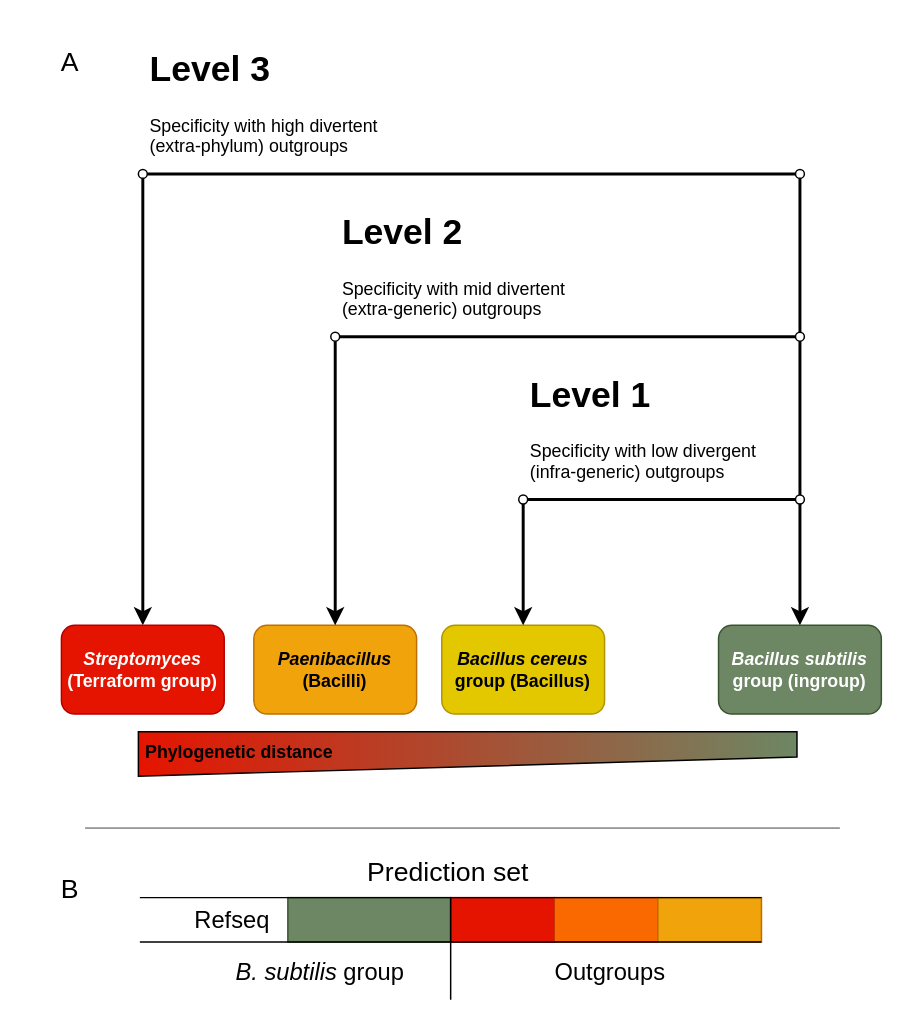
The draw.io diagram page "validation-assays" (2 of 2) of docs/drawio/classeq.drawio in LepistaBioinformatics/classeq, before the edit. Source tidied: cells renumbered, new cells numbered last; positions are measured from the earlier drawing's top-left corner, leaving out a move shared by most shapes. Both pictures are drawn from the tidied source at 148%, with x=0, y=0 at pixel (25, 40).
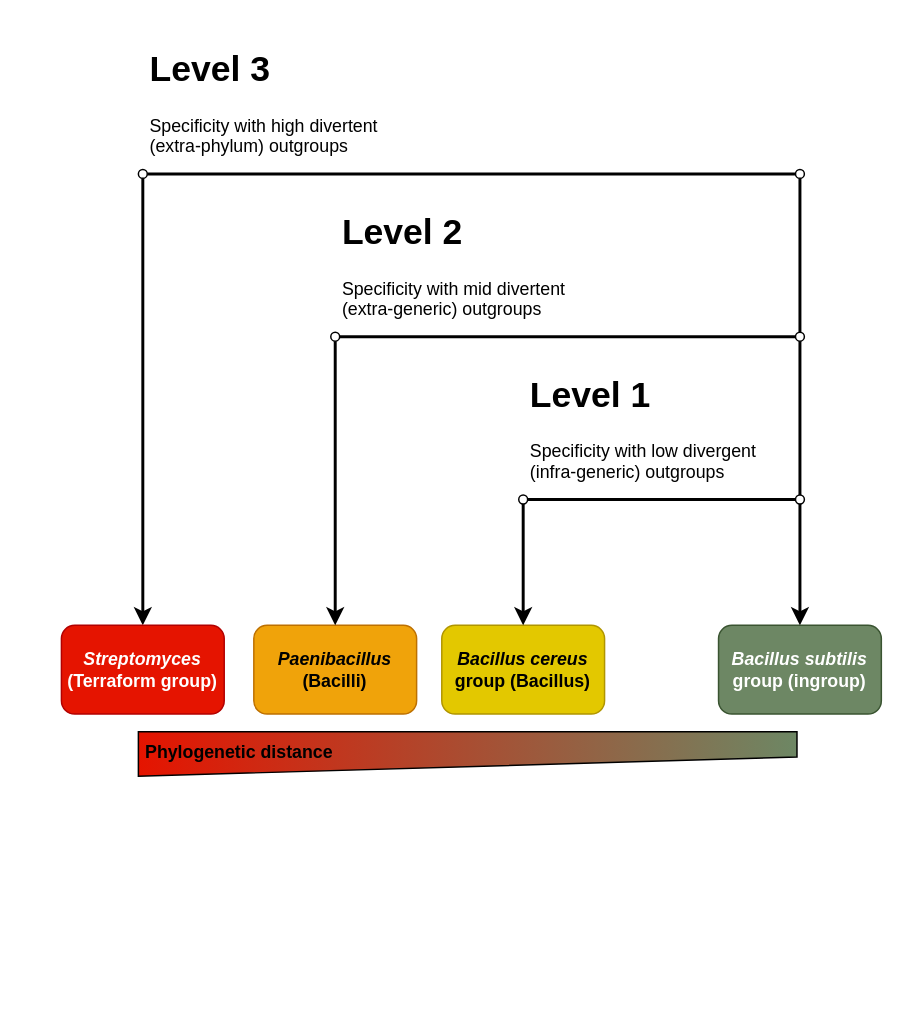
After the change.

Diff of the diagram source:
```diff
@@
-    <mxCell id="17" value="&lt;h1&gt;Level 3&lt;/h1&gt;&lt;p&gt;Specificity with high divertent (extra-phylum) outgroups&lt;br&gt;&lt;/p&gt;" style="text;html=1;strokeColor=none;fillColor=none;spacing=5;spacingTop=-20;whiteSpace=wrap;overflow=hidden;rounded=0;" parent="1" vertex="1">
+    <mxCell id="17" value="&lt;h1&gt;Level 3&lt;/h1&gt;&lt;p&gt;Specificity with high divertent (extra-phylum) outgroups&lt;br&gt;&lt;/p&gt;" style="text;html=1;strokeColor=none;fillColor=none;spacing=5;spacingTop=-20;whiteSpace=wrap;overflow=hidden;rounded=0;absoluteArcSize=0;noLabel=0;comic=0;enumerate=0;" parent="1" vertex="1">
       <mxGeometry x="79" width="190" height="90" as="geometry" />
     </mxCell>
@@
-    <mxCell id="26" value="&lt;font style=&quot;font-size: 18px;&quot;&gt;Prediction set&lt;/font&gt;" style="text;html=1;strokeColor=none;fillColor=none;align=left;verticalAlign=middle;whiteSpace=wrap;rounded=0;" parent="1" vertex="1">
-      <mxGeometry x="229" y="547" width="140" height="30" as="geometry" />
-    </mxCell>
-    <mxCell id="27" style="rounded=0;whiteSpace=wrap;html=1;fillColor=#6d8764;fontColor=#ffffff;strokeColor=#3A5431;" parent="1" vertex="1">
-      <mxGeometry x="177" y="579" width="110" height="30" as="geometry" />
-    </mxCell>
-    <mxCell id="28" style="endArrow=none;html=1;rounded=0;strokeWidth=0.5;" parent="1" edge="1">
-      <mxGeometry relative="1" as="geometry">
-        <mxPoint x="40" y="532" as="sourcePoint" />
-        <mxPoint x="550" y="532" as="targetPoint" />
-      </mxGeometry>
-    </mxCell>
-    <mxCell id="29" value="&lt;span style=&quot;font-size: 18px;&quot;&gt;A&lt;/span&gt;" style="text;html=1;strokeColor=none;fillColor=none;align=center;verticalAlign=middle;whiteSpace=wrap;rounded=0;" parent="1" vertex="1">
-      <mxGeometry width="60" height="30" as="geometry" />
-    </mxCell>
-    <mxCell id="30" value="&lt;span style=&quot;font-size: 18px;&quot;&gt;B&lt;/span&gt;" style="text;html=1;strokeColor=none;fillColor=none;align=center;verticalAlign=middle;whiteSpace=wrap;rounded=0;" parent="1" vertex="1">
-      <mxGeometry y="559" width="60" height="30" as="geometry" />
-    </mxCell>
-    <mxCell id="31" value="&lt;font style=&quot;font-size: 16px;&quot;&gt;&lt;i&gt;B. subtilis&lt;/i&gt; group&lt;/font&gt;" style="text;html=1;strokeColor=none;fillColor=none;align=center;verticalAlign=middle;whiteSpace=wrap;rounded=0;" parent="1" vertex="1">
-      <mxGeometry x="111" y="609" width="176" height="39" as="geometry" />
-    </mxCell>
-    <mxCell id="32" value="&lt;font style=&quot;font-size: 16px;&quot;&gt;Refseq&lt;/font&gt;" style="text;html=1;strokeColor=none;fillColor=none;align=right;verticalAlign=middle;whiteSpace=wrap;rounded=0;" parent="1" vertex="1">
-      <mxGeometry x="77" y="579" width="90" height="30" as="geometry" />
-    </mxCell>
-    <mxCell id="33" style="rounded=0;whiteSpace=wrap;html=1;fillColor=#e51400;fontColor=#ffffff;strokeColor=#B20000;" parent="1" vertex="1">
-      <mxGeometry x="287" y="579" width="70" height="30" as="geometry" />
-    </mxCell>
-    <mxCell id="34" style="rounded=0;whiteSpace=wrap;html=1;fillColor=#fa6800;fontColor=#000000;strokeColor=#C73500;" parent="1" vertex="1">
-      <mxGeometry x="357" y="579" width="70" height="30" as="geometry" />
-    </mxCell>
-    <mxCell id="35" style="rounded=0;whiteSpace=wrap;html=1;fillColor=#f0a30a;fontColor=#000000;strokeColor=#BD7000;" parent="1" vertex="1">
-      <mxGeometry x="427" y="579" width="70" height="30" as="geometry" />
-    </mxCell>
-    <mxCell id="36" value="&lt;font size=&quot;1&quot; style=&quot;&quot;&gt;&lt;span style=&quot;font-size: 16px;&quot;&gt;Outgroups&lt;/span&gt;&lt;/font&gt;" style="text;html=1;strokeColor=none;fillColor=none;align=center;verticalAlign=middle;whiteSpace=wrap;rounded=0;" parent="1" vertex="1">
-      <mxGeometry x="290" y="609" width="210" height="39" as="geometry" />
-    </mxCell>
-    <mxCell id="37" style="endArrow=none;html=1;rounded=0;entryX=1;entryY=0;entryDx=0;entryDy=0;exitX=1;exitY=1;exitDx=0;exitDy=0;" parent="1" edge="1" source="31" target="27">
-      <mxGeometry relative="1" as="geometry" />
-    </mxCell>
-    <mxCell id="38" style="endArrow=none;html=1;rounded=0;entryX=1;entryY=0;entryDx=0;entryDy=0;exitX=0;exitY=1;exitDx=0;exitDy=0;" parent="1" edge="1" source="32">
-      <mxGeometry relative="1" as="geometry">
-        <mxPoint x="497" y="609" as="targetPoint" />
-      </mxGeometry>
-    </mxCell>
-    <mxCell id="39" style="endArrow=none;html=1;rounded=0;entryX=1;entryY=0;entryDx=0;entryDy=0;exitX=0;exitY=1;exitDx=0;exitDy=0;" parent="1" edge="1">
-      <mxGeometry relative="1" as="geometry">
-        <mxPoint x="77" y="579" as="sourcePoint" />
-        <mxPoint x="497" y="579" as="targetPoint" />
-      </mxGeometry>
-    </mxCell>
```
